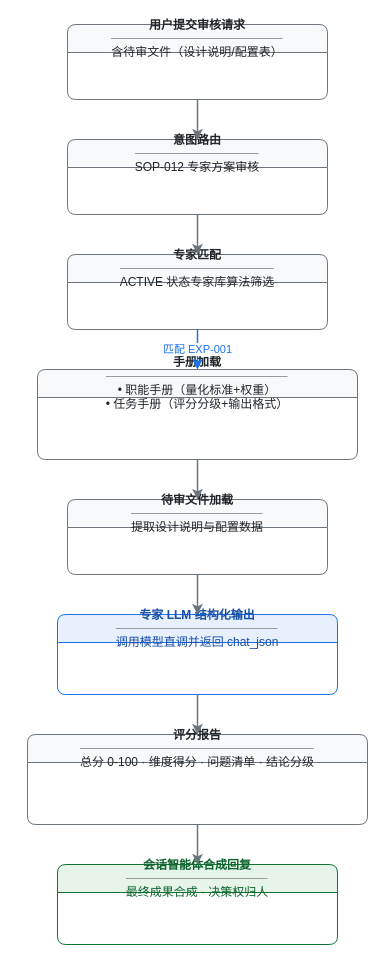
The draw.io diagram docs/论文类/附图类/图 4-4 专家智能体按需加载流程图.drawio in Ellyshome/Emily, before the edit. Source tidied: cells renumbered, new cells numbered last; positions are measured from the earlier drawing's top-left corner, leaving out a move shared by most shapes. Both pictures are drawn from the tidied source at 100%, with x=0, y=0 at pixel (27, 24).
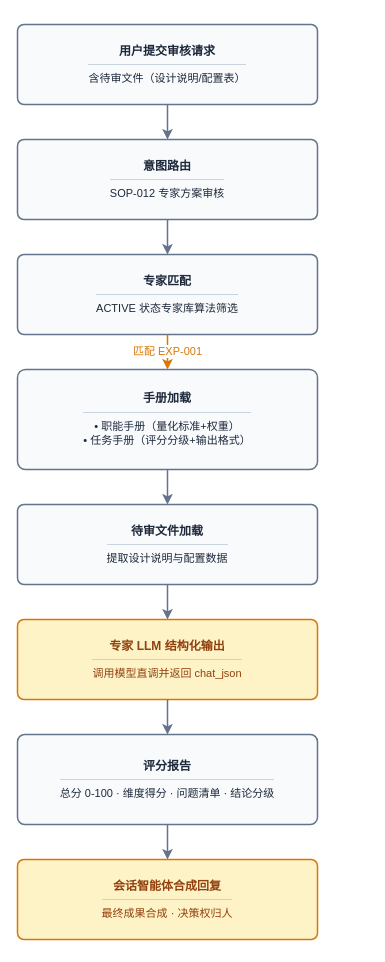
The same diagram, later.

Change to the diagram source:
```diff
@@
 <mxGraphModel background="#ffffff">
   <root>
     <mxCell id="0" />
     <mxCell id="1" parent="0" />
-    <mxCell id="2" value="&lt;b&gt;用户提交审核请求&lt;/b&gt;&lt;hr size=&quot;1&quot;&gt;含待审文件（设计说明/配置表）" style="swimlane;fontStyle=0;horizontal=1;startSize=28;whiteSpace=wrap;html=1;fillColor=#f8f9fa;strokeColor=#6c757d;fontColor=#212529;rounded=1;arcSize=10;" parent="1" vertex="1">
-      <mxGeometry x="40" width="260" height="75" as="geometry" />
+    <mxCell id="2" value="&lt;b&gt;用户提交审核请求&lt;/b&gt;&lt;hr size=&quot;1&quot; color=&quot;#cbd5e1&quot;&gt;&lt;span style=&quot;font-size:11px&quot;&gt;含待审文件（设计说明/配置表）&lt;/span&gt;" style="rounded=1;whiteSpace=wrap;html=1;fillColor=#f8fafc;strokeColor=#64748b;fontColor=#1e293b;arcSize=8;strokeWidth=1.5;align=center;verticalAlign=middle;spacing=6;" parent="1" vertex="1">
+      <mxGeometry x="-10" width="300" height="80" as="geometry" />
     </mxCell>
-    <mxCell id="3" value="&lt;b&gt;意图路由&lt;/b&gt;&lt;hr size=&quot;1&quot;&gt;SOP-012 专家方案审核" style="swimlane;fontStyle=0;horizontal=1;startSize=28;whiteSpace=wrap;html=1;fillColor=#f8f9fa;strokeColor=#6c757d;fontColor=#212529;rounded=1;arcSize=10;" parent="1" vertex="1">
-      <mxGeometry x="40" y="115" width="260" height="75" as="geometry" />
+    <mxCell id="3" value="&lt;b&gt;意图路由&lt;/b&gt;&lt;hr size=&quot;1&quot; color=&quot;#cbd5e1&quot;&gt;&lt;span style=&quot;font-size:11px&quot;&gt;SOP-012 专家方案审核&lt;/span&gt;" style="rounded=1;whiteSpace=wrap;html=1;fillColor=#f8fafc;strokeColor=#64748b;fontColor=#1e293b;arcSize=8;strokeWidth=1.5;align=center;verticalAlign=middle;spacing=6;" parent="1" vertex="1">
+      <mxGeometry x="-10" y="115" width="300" height="80" as="geometry" />
     </mxCell>
-    <mxCell id="4" value="&lt;b&gt;专家匹配&lt;/b&gt;&lt;hr size=&quot;1&quot;&gt;ACTIVE 状态专家库算法筛选" style="swimlane;fontStyle=0;horizontal=1;startSize=28;whiteSpace=wrap;html=1;fillColor=#f8f9fa;strokeColor=#6c757d;fontColor=#212529;rounded=1;arcSize=10;" parent="1" vertex="1">
-      <mxGeometry x="40" y="230" width="260" height="75" as="geometry" />
+    <mxCell id="4" value="&lt;b&gt;专家匹配&lt;/b&gt;&lt;hr size=&quot;1&quot; color=&quot;#cbd5e1&quot;&gt;&lt;span style=&quot;font-size:11px&quot;&gt;ACTIVE 状态专家库算法筛选&lt;/span&gt;" style="rounded=1;whiteSpace=wrap;html=1;fillColor=#f8fafc;strokeColor=#64748b;fontColor=#1e293b;arcSize=8;strokeWidth=1.5;align=center;verticalAlign=middle;spacing=6;" parent="1" vertex="1">
+      <mxGeometry x="-10" y="230" width="300" height="80" as="geometry" />
     </mxCell>
-    <mxCell id="5" value="&lt;b&gt;手册加载&lt;/b&gt;&lt;hr size=&quot;1&quot;&gt;• 职能手册（量化标准+权重）&lt;br/&gt;• 任务手册（评分分级+输出格式）" style="swimlane;fontStyle=0;horizontal=1;startSize=28;whiteSpace=wrap;html=1;fillColor=#f8f9fa;strokeColor=#6c757d;fontColor=#212529;rounded=1;arcSize=10;" parent="1" vertex="1">
-      <mxGeometry x="10" y="345" width="320" height="90" as="geometry" />
+    <mxCell id="5" value="&lt;b&gt;手册加载&lt;/b&gt;&lt;hr size=&quot;1&quot; color=&quot;#cbd5e1&quot;&gt;&lt;span style=&quot;font-size:11px&quot;&gt;• 职能手册（量化标准+权重）&lt;br&gt;• 任务手册（评分分级+输出格式）&lt;/span&gt;" style="rounded=1;whiteSpace=wrap;html=1;fillColor=#f8fafc;strokeColor=#64748b;fontColor=#1e293b;arcSize=8;strokeWidth=1.5;align=center;verticalAlign=middle;spacing=6;" parent="1" vertex="1">
+      <mxGeometry x="-10" y="345" width="300" height="100" as="geometry" />
     </mxCell>
-    <mxCell id="6" value="&lt;b&gt;待审文件加载&lt;/b&gt;&lt;hr size=&quot;1&quot;&gt;提取设计说明与配置数据" style="swimlane;fontStyle=0;horizontal=1;startSize=28;whiteSpace=wrap;html=1;fillColor=#f8f9fa;strokeColor=#6c757d;fontColor=#212529;rounded=1;arcSize=10;" parent="1" vertex="1">
-      <mxGeometry x="40" y="475" width="260" height="75" as="geometry" />
+    <mxCell id="6" value="&lt;b&gt;待审文件加载&lt;/b&gt;&lt;hr size=&quot;1&quot; color=&quot;#cbd5e1&quot;&gt;&lt;span style=&quot;font-size:11px&quot;&gt;提取设计说明与配置数据&lt;/span&gt;" style="rounded=1;whiteSpace=wrap;html=1;fillColor=#f8fafc;strokeColor=#64748b;fontColor=#1e293b;arcSize=8;strokeWidth=1.5;align=center;verticalAlign=middle;spacing=6;" parent="1" vertex="1">
+      <mxGeometry x="-10" y="480" width="300" height="80" as="geometry" />
     </mxCell>
-    <mxCell id="7" value="&lt;b&gt;专家 LLM 结构化输出&lt;/b&gt;&lt;hr size=&quot;1&quot;&gt;调用模型直调并返回 chat_json" style="swimlane;fontStyle=0;horizontal=1;startSize=28;whiteSpace=wrap;html=1;fillColor=#e8f0fe;strokeColor=#1a73e8;fontColor=#174ea6;rounded=1;arcSize=10;" parent="1" vertex="1">
-      <mxGeometry x="30" y="590" width="280" height="80" as="geometry" />
+    <mxCell id="7" value="&lt;b&gt;专家 LLM 结构化输出&lt;/b&gt;&lt;hr size=&quot;1&quot; color=&quot;#fcd34d&quot;&gt;&lt;span style=&quot;font-size:11px&quot;&gt;调用模型直调并返回 chat_json&lt;/span&gt;" style="rounded=1;whiteSpace=wrap;html=1;fillColor=#fef3c7;strokeColor=#d97706;fontColor=#92400e;arcSize=8;strokeWidth=1.5;align=center;verticalAlign=middle;spacing=6;" parent="1" vertex="1">
+      <mxGeometry x="-10" y="595" width="300" height="80" as="geometry" />
     </mxCell>
-    <mxCell id="8" value="&lt;b&gt;评分报告&lt;/b&gt;&lt;hr size=&quot;1&quot;&gt;总分 0-100 · 维度得分 · 问题清单 · 结论分级" style="swimlane;fontStyle=0;horizontal=1;startSize=28;whiteSpace=wrap;html=1;fillColor=#f8f9fa;strokeColor=#6c757d;fontColor=#212529;rounded=1;arcSize=10;" parent="1" vertex="1">
-      <mxGeometry y="710" width="340" height="90" as="geometry" />
+    <mxCell id="8" value="&lt;b&gt;评分报告&lt;/b&gt;&lt;hr size=&quot;1&quot; color=&quot;#cbd5e1&quot;&gt;&lt;span style=&quot;font-size:11px&quot;&gt;总分 0-100 · 维度得分 · 问题清单 · 结论分级&lt;/span&gt;" style="rounded=1;whiteSpace=wrap;html=1;fillColor=#f8fafc;strokeColor=#64748b;fontColor=#1e293b;arcSize=8;strokeWidth=1.5;align=center;verticalAlign=middle;spacing=6;" parent="1" vertex="1">
+      <mxGeometry x="-10" y="710" width="300" height="90" as="geometry" />
     </mxCell>
-    <mxCell id="9" value="&lt;b&gt;会话智能体合成回复&lt;/b&gt;&lt;hr size=&quot;1&quot;&gt;最终成果合成 · 决策权归人" style="swimlane;fontStyle=0;horizontal=1;startSize=28;whiteSpace=wrap;html=1;fillColor=#e6f4ea;strokeColor=#137333;fontColor=#0d652d;rounded=1;arcSize=10;" parent="1" vertex="1">
-      <mxGeometry x="30" y="840" width="280" height="80" as="geometry" />
+    <mxCell id="9" value="&lt;b&gt;会话智能体合成回复&lt;/b&gt;&lt;hr size=&quot;1&quot; color=&quot;#fcd34d&quot;&gt;&lt;span style=&quot;font-size:11px&quot;&gt;最终成果合成 · 决策权归人&lt;/span&gt;" style="rounded=1;whiteSpace=wrap;html=1;fillColor=#fef3c7;strokeColor=#d97706;fontColor=#92400e;arcSize=8;strokeWidth=1.5;align=center;verticalAlign=middle;spacing=6;" parent="1" vertex="1">
+      <mxGeometry x="-10" y="835" width="300" height="80" as="geometry" />
     </mxCell>
-    <mxCell id="10" style="edgeStyle=orthogonalEdgeStyle;rounded=1;jettySize=auto;html=1;strokeColor=#6c757d;strokeWidth=1.5;" parent="1" edge="1" source="2" target="3">
+    <mxCell id="10" style="edgeStyle=orthogonalEdgeStyle;rounded=1;jettySize=auto;html=1;strokeColor=#64748b;strokeWidth=1.5;" parent="1" edge="1" source="2" target="3">
       <mxGeometry relative="1" as="geometry" />
     </mxCell>
-    <mxCell id="11" style="edgeStyle=orthogonalEdgeStyle;rounded=1;jettySize=auto;html=1;strokeColor=#6c757d;strokeWidth=1.5;" parent="1" edge="1" source="3" target="4">
+    <mxCell id="11" style="edgeStyle=orthogonalEdgeStyle;rounded=1;jettySize=auto;html=1;strokeColor=#64748b;strokeWidth=1.5;" parent="1" edge="1" source="3" target="4">
       <mxGeometry relative="1" as="geometry" />
     </mxCell>
-    <mxCell id="12" value="匹配 EXP-001" style="edgeStyle=orthogonalEdgeStyle;rounded=1;jettySize=auto;html=1;strokeColor=#1a73e8;strokeWidth=1.5;fontColor=#1a73e8;labelBackgroundColor=#ffffff;" parent="1" edge="1" source="4" target="5">
+    <mxCell id="12" value="匹配 EXP-001" style="edgeStyle=orthogonalEdgeStyle;rounded=1;jettySize=auto;html=1;strokeColor=#d97706;strokeWidth=1.5;fontColor=#d97706;labelBackgroundColor=#ffffff;fontSize=11;" parent="1" edge="1" source="4" target="5">
       <mxGeometry relative="1" as="geometry" />
     </mxCell>
-    <mxCell id="13" style="edgeStyle=orthogonalEdgeStyle;rounded=1;jettySize=auto;html=1;strokeColor=#6c757d;strokeWidth=1.5;" parent="1" edge="1" source="5" target="6">
+    <mxCell id="13" style="edgeStyle=orthogonalEdgeStyle;rounded=1;jettySize=auto;html=1;strokeColor=#64748b;strokeWidth=1.5;" parent="1" edge="1" source="5" target="6">
       <mxGeometry relative="1" as="geometry" />
     </mxCell>
-    <mxCell id="14" style="edgeStyle=orthogonalEdgeStyle;rounded=1;jettySize=auto;html=1;strokeColor=#6c757d;strokeWidth=1.5;" parent="1" edge="1" source="6" target="7">
+    <mxCell id="14" style="edgeStyle=orthogonalEdgeStyle;rounded=1;jettySize=auto;html=1;strokeColor=#64748b;strokeWidth=1.5;" parent="1" edge="1" source="6" target="7">
       <mxGeometry relative="1" as="geometry" />
     </mxCell>
-    <mxCell id="15" style="edgeStyle=orthogonalEdgeStyle;rounded=1;jettySize=auto;html=1;strokeColor=#6c757d;strokeWidth=1.5;" parent="1" edge="1" source="7" target="8">
+    <mxCell id="15" style="edgeStyle=orthogonalEdgeStyle;rounded=1;jettySize=auto;html=1;strokeColor=#64748b;strokeWidth=1.5;" parent="1" edge="1" source="7" target="8">
       <mxGeometry relative="1" as="geometry" />
     </mxCell>
-    <mxCell id="16" style="edgeStyle=orthogonalEdgeStyle;rounded=1;jettySize=auto;html=1;strokeColor=#6c757d;strokeWidth=1.5;" parent="1" edge="1" source="8" target="9">
+    <mxCell id="16" style="edgeStyle=orthogonalEdgeStyle;rounded=1;jettySize=auto;html=1;strokeColor=#64748b;strokeWidth=1.5;" parent="1" edge="1" source="8" target="9">
       <mxGeometry relative="1" as="geometry" />
     </mxCell>
   </root>
 </mxGraphModel>
```
